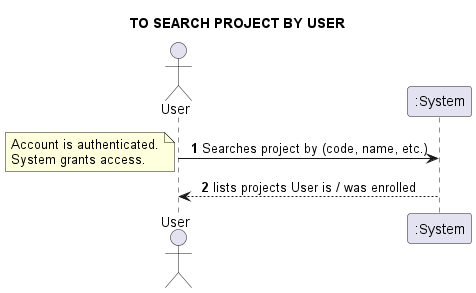
Earlier version of the PlantUML export docs/requirements_gathering/system_sequence_diagrams/012_to_search_project_by_user.png (Loracline/project_switch_22-23). Source of this version:
```plantuml
@startuml
skinparam sequenceMessageAlign center
title TO SEARCH PROJECT BY USER
actor User
autonumber
User -> ":System": Searches project by (code, name, etc.)
note left
Account is authenticated.
System grants access.
end note
User <-- ":System": lists projects User is / was enrolled
@enduml
```
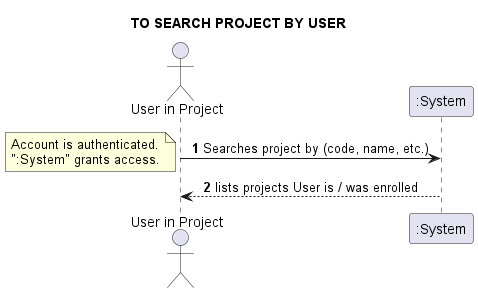
Above is the later version.

What changed in the source:
```diff
@@ -1,12 +1,12 @@
 @startuml
 skinparam sequenceMessageAlign center
 title TO SEARCH PROJECT BY USER
-actor User
+actor "User in Project" as UIP
 autonumber
-User -> ":System": Searches project by (code, name, etc.)
+UIP -> ":System": Searches project by (code, name, etc.)
 note left
 Account is authenticated.
-System grants access.
+":System" grants access.
 end note
-User <-- ":System": lists projects User is / was enrolled
+UIP <-- ":System": lists projects User is / was enrolled
 @enduml
```
